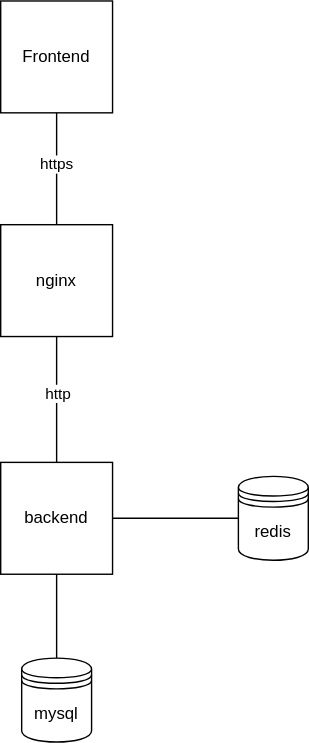
Above: documentation/Architecture.drawio.svg in bilskik/SecureBankPro (draw.io), before the change. Source tidied: cells renumbered, new cells last; positions are measured from the earlier drawing's top-left corner, leaving out a move shared by most shapes.
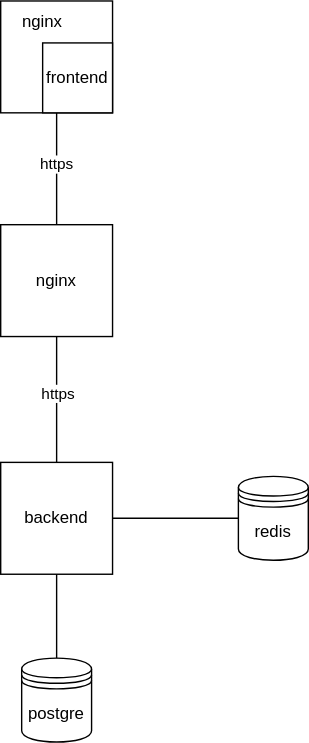
The same file after the commit.

Change to the diagram source:
```diff
@@ -2,16 +2,13 @@
   <root>
     <mxCell id="0" />
     <mxCell id="1" parent="0" />
-    <mxCell id="2" value="Frontend" style="whiteSpace=wrap;html=1;" parent="1" vertex="1">
-      <mxGeometry width="80" height="80" as="geometry" />
-    </mxCell>
     <mxCell id="3" value="nginx" style="whiteSpace=wrap;html=1;" parent="1" vertex="1">
       <mxGeometry y="160" width="80" height="80" as="geometry" />
     </mxCell>
     <mxCell id="4" value="backend" style="whiteSpace=wrap;html=1;" parent="1" vertex="1">
       <mxGeometry y="330" width="80" height="80" as="geometry" />
     </mxCell>
-    <mxCell id="5" style="endArrow=none;html=1;rounded=0;entryX=0.5;entryY=1;entryDx=0;entryDy=0;" parent="1" edge="1" source="3" target="2">
+    <mxCell id="5" style="endArrow=none;html=1;rounded=0;" parent="1" edge="1" source="3" target="13">
       <mxGeometry relative="1" as="geometry" />
     </mxCell>
     <mxCell id="6" value="https" style="edgeLabel;html=1;align=center;verticalAlign=middle;" parent="5" vertex="1">
@@ -20,7 +17,7 @@
     <mxCell id="7" style="endArrow=none;html=1;rounded=0;entryX=0.5;entryY=1;entryDx=0;entryDy=0;exitX=0.5;exitY=0;exitDx=0;exitDy=0;" parent="1" edge="1" source="4" target="3">
       <mxGeometry relative="1" as="geometry" />
     </mxCell>
-    <mxCell id="8" value="http" style="edgeLabel;html=1;align=center;verticalAlign=middle;" parent="7" vertex="1">
+    <mxCell id="8" value="https" style="edgeLabel;html=1;align=center;verticalAlign=middle;" parent="7" vertex="1">
       <mxGeometry x="0.25" y="-1" relative="1" as="geometry">
         <mxPoint x="-1" y="6" as="offset" />
       </mxGeometry>
@@ -28,7 +25,7 @@
     <mxCell id="9" value="redis" style="shape=datastore;whiteSpace=wrap;html=1;" parent="1" vertex="1">
       <mxGeometry x="170" y="340" width="50" height="60" as="geometry" />
     </mxCell>
-    <mxCell id="10" value="mysql" style="shape=datastore;whiteSpace=wrap;html=1;" parent="1" vertex="1">
+    <mxCell id="10" value="postgre" style="shape=datastore;whiteSpace=wrap;html=1;" parent="1" vertex="1">
       <mxGeometry x="15" y="470" width="50" height="60" as="geometry" />
     </mxCell>
     <mxCell id="11" style="endArrow=none;html=1;rounded=0;entryX=1;entryY=0.5;entryDx=0;entryDy=0;exitX=0;exitY=0.5;exitDx=0;exitDy=0;" parent="1" edge="1" source="9" target="4">
@@ -37,5 +34,14 @@
     <mxCell id="12" style="endArrow=none;html=1;rounded=0;entryX=0.5;entryY=1;entryDx=0;entryDy=0;exitX=0.5;exitY=0;exitDx=0;exitDy=0;" parent="1" edge="1" source="10" target="4">
       <mxGeometry relative="1" as="geometry" />
     </mxCell>
+    <mxCell id="13" style="whiteSpace=wrap;html=1;" parent="1" vertex="1">
+      <mxGeometry width="80" height="80" as="geometry" />
+    </mxCell>
+    <mxCell id="14" value="frontend" style="whiteSpace=wrap;html=1;" parent="1" vertex="1">
+      <mxGeometry x="30" y="30" width="50" height="50" as="geometry" />
+    </mxCell>
+    <mxCell id="15" value="nginx" style="text;html=1;align=center;verticalAlign=middle;whiteSpace=wrap;rounded=0;" parent="1" vertex="1">
+      <mxGeometry width="60" height="30" as="geometry" />
+    </mxCell>
   </root>
 </mxGraphModel>
```
